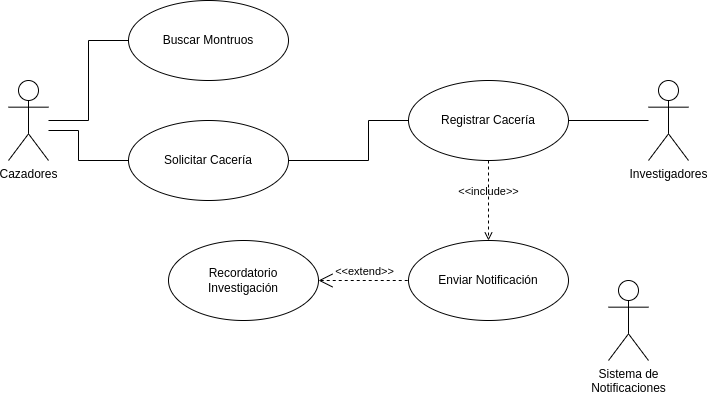
Earlier version of the draw.io export images/diagrama-de-clases.png (eduardosmoralesglez/diario-del-cazador-mhw). Source tidied: cells renumbered, new cells last; positions are measured from the earlier drawing's top-left corner, leaving out a move shared by most shapes. The source it was exported from:
```xml
<mxGraphModel>
  <root>
    <mxCell id="0" />
    <mxCell id="1" parent="0" />
    <mxCell id="2" style="edgeStyle=orthogonalEdgeStyle;rounded=0;jettySize=auto;html=1;endArrow=none;startFill=0;" parent="1" edge="1" source="4" target="8">
      <mxGeometry relative="1" as="geometry" />
    </mxCell>
    <mxCell id="3" style="edgeStyle=orthogonalEdgeStyle;rounded=0;jettySize=auto;html=1;endArrow=none;startFill=0;" parent="1" edge="1" source="4" target="10">
      <mxGeometry relative="1" as="geometry">
        <Array as="points">
          <mxPoint x="70" y="130" />
          <mxPoint x="70" y="160" />
        </Array>
      </mxGeometry>
    </mxCell>
    <mxCell id="4" value="Cazadores" style="shape=umlActor;verticalLabelPosition=bottom;verticalAlign=top;html=1;outlineConnect=0;" parent="1" vertex="1">
      <mxGeometry y="80" width="40" height="80" as="geometry" />
    </mxCell>
    <mxCell id="5" style="edgeStyle=orthogonalEdgeStyle;rounded=0;jettySize=auto;html=1;endArrow=none;startFill=0;" parent="1" edge="1" source="6" target="11">
      <mxGeometry relative="1" as="geometry" />
    </mxCell>
    <mxCell id="6" value="Investigadores" style="shape=umlActor;verticalLabelPosition=bottom;verticalAlign=top;html=1;outlineConnect=0;" parent="1" vertex="1">
      <mxGeometry x="640" y="80" width="40" height="80" as="geometry" />
    </mxCell>
    <mxCell id="7" value="Sistema de&lt;div&gt;Notificaciones&lt;/div&gt;" style="shape=umlActor;verticalLabelPosition=bottom;verticalAlign=top;html=1;" parent="1" vertex="1">
      <mxGeometry x="600" y="280" width="40" height="80" as="geometry" />
    </mxCell>
    <mxCell id="8" value="Buscar Montruos" style="ellipse;whiteSpace=wrap;html=1;" parent="1" vertex="1">
      <mxGeometry x="120" width="160" height="80" as="geometry" />
    </mxCell>
    <mxCell id="9" style="edgeStyle=orthogonalEdgeStyle;rounded=0;jettySize=auto;html=1;endArrow=none;startFill=0;" parent="1" edge="1" source="10" target="11">
      <mxGeometry relative="1" as="geometry">
        <Array as="points">
          <mxPoint x="360" y="160" />
          <mxPoint x="360" y="120" />
        </Array>
      </mxGeometry>
    </mxCell>
    <mxCell id="10" value="Solicitar Cacería" style="ellipse;whiteSpace=wrap;html=1;" parent="1" vertex="1">
      <mxGeometry x="120" y="120" width="160" height="80" as="geometry" />
    </mxCell>
    <mxCell id="11" value="Registrar Cacería" style="ellipse;whiteSpace=wrap;html=1;" parent="1" vertex="1">
      <mxGeometry x="400" y="80" width="160" height="80" as="geometry" />
    </mxCell>
    <mxCell id="12" value="Enviar Notificación" style="ellipse;whiteSpace=wrap;html=1;" parent="1" vertex="1">
      <mxGeometry x="400" y="240" width="160" height="80" as="geometry" />
    </mxCell>
    <mxCell id="13" value="Recordatorio&lt;div&gt;Investigación&lt;/div&gt;" style="ellipse;whiteSpace=wrap;html=1;" parent="1" vertex="1">
      <mxGeometry x="160" y="240" width="150" height="80" as="geometry" />
    </mxCell>
    <mxCell id="14" value="&amp;lt;&amp;lt;include&amp;gt;&amp;gt;" style="edgeStyle=none;html=1;endArrow=open;verticalAlign=bottom;dashed=1;labelBackgroundColor=none;rounded=0;" parent="1" edge="1" source="11" target="12">
      <mxGeometry relative="1" as="geometry" />
    </mxCell>
    <mxCell id="15" value="&amp;lt;&amp;lt;extend&amp;gt;&amp;gt;" style="edgeStyle=none;html=1;startArrow=open;endArrow=none;startSize=12;verticalAlign=bottom;dashed=1;labelBackgroundColor=none;rounded=0;" parent="1" edge="1" source="13" target="12">
      <mxGeometry relative="1" as="geometry" />
    </mxCell>
  </root>
</mxGraphModel>
```
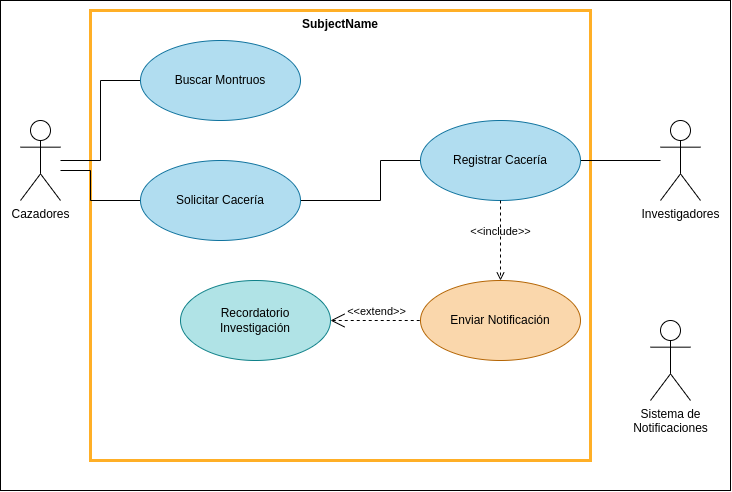
The same diagram one commit later.

What changed in the source:
```diff
@@ -2,6 +2,12 @@
   <root>
     <mxCell id="0" />
     <mxCell id="1" parent="0" />
+    <mxCell id="16" style="rounded=0;whiteSpace=wrap;html=1;" parent="1" vertex="1">
+      <mxGeometry x="-20" y="-40" width="730" height="490" as="geometry" />
+    </mxCell>
+    <mxCell id="17" value="SubjectName" style="shape=rect;html=1;verticalAlign=top;fontStyle=1;whiteSpace=wrap;align=center;fillColor=none;strokeWidth=3;strokeColor=#FFAF26;" parent="1" vertex="1">
+      <mxGeometry x="70" y="-30" width="500" height="450" as="geometry" />
+    </mxCell>
     <mxCell id="2" style="edgeStyle=orthogonalEdgeStyle;rounded=0;jettySize=auto;html=1;endArrow=none;startFill=0;" parent="1" edge="1" source="4" target="8">
       <mxGeometry relative="1" as="geometry" />
     </mxCell>
@@ -23,9 +29,9 @@
       <mxGeometry x="640" y="80" width="40" height="80" as="geometry" />
     </mxCell>
     <mxCell id="7" value="Sistema de&lt;div&gt;Notificaciones&lt;/div&gt;" style="shape=umlActor;verticalLabelPosition=bottom;verticalAlign=top;html=1;" parent="1" vertex="1">
-      <mxGeometry x="600" y="280" width="40" height="80" as="geometry" />
+      <mxGeometry x="630" y="280" width="40" height="80" as="geometry" />
     </mxCell>
-    <mxCell id="8" value="Buscar Montruos" style="ellipse;whiteSpace=wrap;html=1;" parent="1" vertex="1">
+    <mxCell id="8" value="Buscar Montruos" style="ellipse;whiteSpace=wrap;html=1;fillColor=#b1ddf0;strokeColor=#10739e;" parent="1" vertex="1">
       <mxGeometry x="120" width="160" height="80" as="geometry" />
     </mxCell>
     <mxCell id="9" style="edgeStyle=orthogonalEdgeStyle;rounded=0;jettySize=auto;html=1;endArrow=none;startFill=0;" parent="1" edge="1" source="10" target="11">
@@ -36,16 +42,16 @@
         </Array>
       </mxGeometry>
     </mxCell>
-    <mxCell id="10" value="Solicitar Cacería" style="ellipse;whiteSpace=wrap;html=1;" parent="1" vertex="1">
+    <mxCell id="10" value="Solicitar Cacería" style="ellipse;whiteSpace=wrap;html=1;fillColor=#b1ddf0;strokeColor=#10739e;" parent="1" vertex="1">
       <mxGeometry x="120" y="120" width="160" height="80" as="geometry" />
     </mxCell>
-    <mxCell id="11" value="Registrar Cacería" style="ellipse;whiteSpace=wrap;html=1;" parent="1" vertex="1">
+    <mxCell id="11" value="Registrar Cacería" style="ellipse;whiteSpace=wrap;html=1;fillColor=#b1ddf0;strokeColor=#10739e;" parent="1" vertex="1">
       <mxGeometry x="400" y="80" width="160" height="80" as="geometry" />
     </mxCell>
-    <mxCell id="12" value="Enviar Notificación" style="ellipse;whiteSpace=wrap;html=1;" parent="1" vertex="1">
+    <mxCell id="12" value="Enviar Notificación" style="ellipse;whiteSpace=wrap;html=1;fillColor=#fad7ac;strokeColor=#b46504;" parent="1" vertex="1">
       <mxGeometry x="400" y="240" width="160" height="80" as="geometry" />
     </mxCell>
-    <mxCell id="13" value="Recordatorio&lt;div&gt;Investigación&lt;/div&gt;" style="ellipse;whiteSpace=wrap;html=1;" parent="1" vertex="1">
+    <mxCell id="13" value="Recordatorio&lt;div&gt;Investigación&lt;/div&gt;" style="ellipse;whiteSpace=wrap;html=1;fillColor=#b0e3e6;strokeColor=#0e8088;" parent="1" vertex="1">
       <mxGeometry x="160" y="240" width="150" height="80" as="geometry" />
     </mxCell>
     <mxCell id="14" value="&amp;lt;&amp;lt;include&amp;gt;&amp;gt;" style="edgeStyle=none;html=1;endArrow=open;verticalAlign=bottom;dashed=1;labelBackgroundColor=none;rounded=0;" parent="1" edge="1" source="11" target="12">
```
